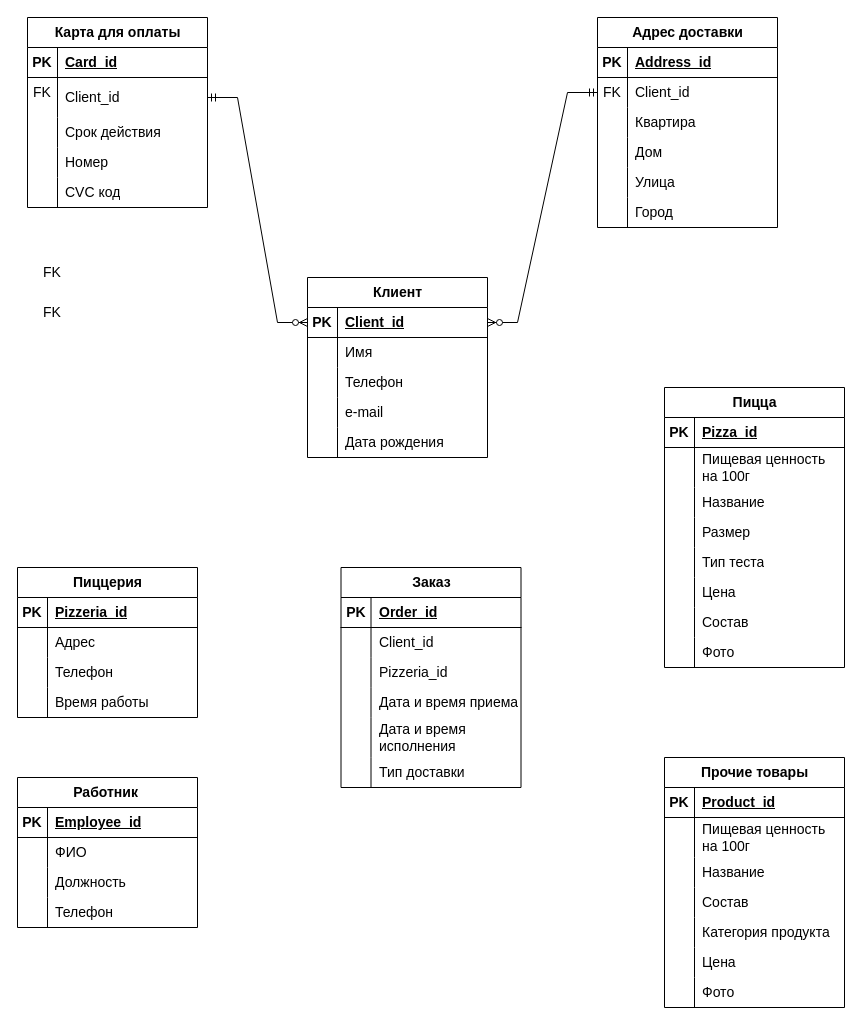
Earlier version of the draw.io diagram logic_dodo.drawio (iudinads/ER-diagrams). Source tidied: cells renumbered, new cells numbered last; positions are measured from the earlier drawing's top-left corner, leaving out a move shared by most shapes. Both pictures are drawn from the tidied source at 100%, with x=0, y=0 at pixel (17, 17).
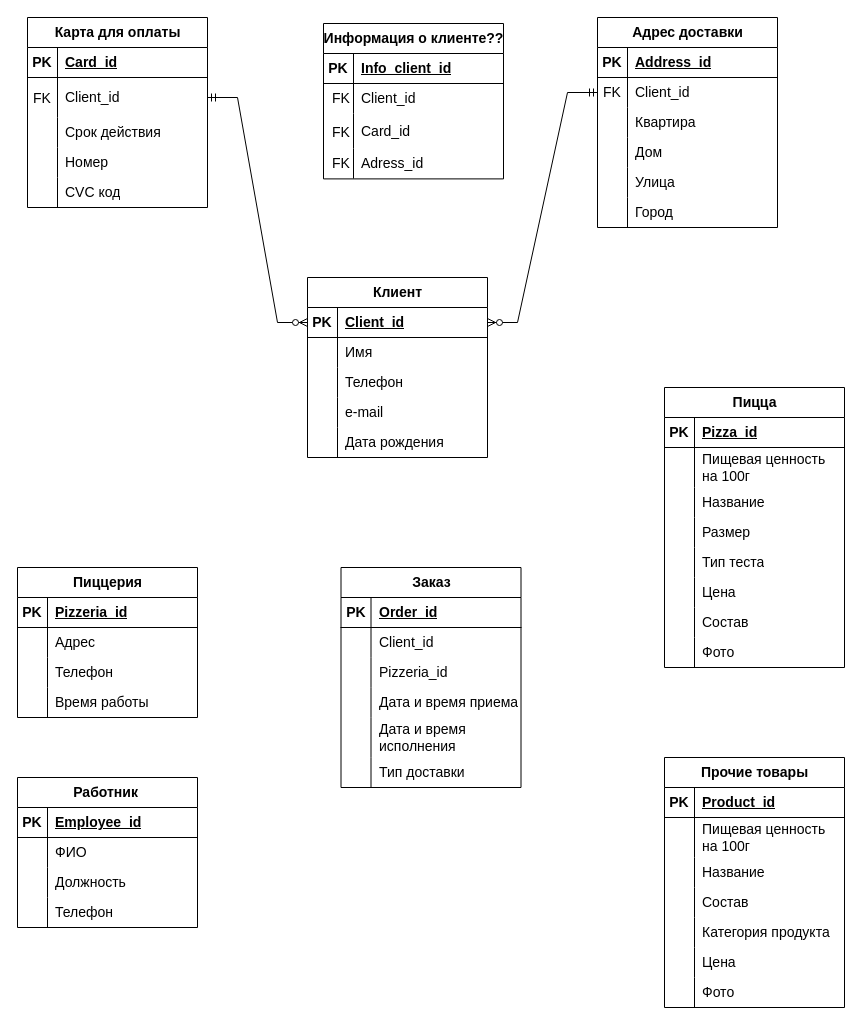
After the change.

What changed in the source:
```diff
@@
     <mxCell id="18" value="FK" style="text;strokeColor=none;align=center;fillColor=none;html=1;verticalAlign=middle;whiteSpace=wrap;rounded=0;fontSize=14;" parent="1" vertex="1">
-      <mxGeometry y="60" width="50" height="30" as="geometry" />
+      <mxGeometry y="66" width="50" height="30" as="geometry" />
     </mxCell>
@@
     <mxCell id="74" value="FK" style="text;strokeColor=none;align=center;fillColor=none;html=1;verticalAlign=middle;whiteSpace=wrap;rounded=0;fontSize=14;" parent="1" vertex="1">
-      <mxGeometry x="10" y="240" width="50" height="30" as="geometry" />
+      <mxGeometry x="299" y="66" width="50" height="30" as="geometry" />
     </mxCell>
     <mxCell id="75" value="FK" style="text;strokeColor=none;align=center;fillColor=none;html=1;verticalAlign=middle;whiteSpace=wrap;rounded=0;fontSize=14;" parent="1" vertex="1">
-      <mxGeometry x="10" y="280" width="50" height="30" as="geometry" />
+      <mxGeometry x="299" y="100" width="50" height="30" as="geometry" />
     </mxCell>
@@
+    <mxCell id="151" value="Информация о клиенте??" style="shape=table;startSize=30;childLayout=tableLayout;rowLines=0;fontStyle=1;align=center;html=1;fontSize=14;" parent="1" vertex="1">
+      <mxGeometry x="306" y="6" width="180" height="155.4" as="geometry" />
+    </mxCell>
+    <mxCell id="152" style="shape=tableRow;horizontal=0;startSize=0;swimlaneHead=0;swimlaneBody=0;fillColor=none;top=0;left=0;right=0;bottom=1;fontSize=14;" parent="151" vertex="1">
+      <mxGeometry y="30" width="180" height="30" as="geometry" />
+    </mxCell>
+    <mxCell id="153" value="PK" style="shape=partialRectangle;fillColor=none;top=0;left=0;bottom=0;right=0;fontStyle=1;overflow=hidden;whiteSpace=wrap;html=1;fontSize=14;" parent="152" vertex="1">
+      <mxGeometry width="30" height="30" as="geometry" />
+    </mxCell>
+    <mxCell id="154" value="Info_client_id" style="shape=partialRectangle;fillColor=none;top=0;left=0;bottom=0;right=0;align=left;spacingLeft=6;fontStyle=5;overflow=hidden;whiteSpace=wrap;html=1;fontSize=14;" parent="152" vertex="1">
+      <mxGeometry x="30" width="150" height="30" as="geometry" />
+    </mxCell>
+    <mxCell id="155" style="shape=tableRow;horizontal=0;startSize=0;swimlaneHead=0;swimlaneBody=0;fillColor=none;top=0;left=0;right=0;bottom=0;fontSize=14;" parent="151" vertex="1">
+      <mxGeometry y="60" width="180" height="30" as="geometry" />
+    </mxCell>
+    <mxCell id="156" style="shape=partialRectangle;fillColor=none;top=0;left=0;bottom=0;right=0;overflow=hidden;whiteSpace=wrap;html=1;fontSize=14;" parent="155" vertex="1">
+      <mxGeometry width="30" height="30" as="geometry" />
+    </mxCell>
+    <mxCell id="157" value="Client_id" style="shape=partialRectangle;fillColor=none;top=0;left=0;bottom=0;right=0;align=left;spacingLeft=6;overflow=hidden;whiteSpace=wrap;html=1;fontSize=14;" parent="155" vertex="1">
+      <mxGeometry x="30" width="150" height="30" as="geometry" />
+    </mxCell>
+    <mxCell id="158" style="shape=tableRow;horizontal=0;startSize=0;swimlaneHead=0;swimlaneBody=0;fillColor=none;top=0;left=0;right=0;bottom=0;fontSize=14;" parent="151" vertex="1">
+      <mxGeometry y="90" width="180" height="35" as="geometry" />
+    </mxCell>
+    <mxCell id="159" style="shape=partialRectangle;fillColor=none;top=0;left=0;bottom=0;right=0;overflow=hidden;whiteSpace=wrap;html=1;fontSize=14;" parent="158" vertex="1">
+      <mxGeometry width="30" height="35" as="geometry" />
+    </mxCell>
+    <mxCell id="160" value="Card_id" style="shape=partialRectangle;fillColor=none;top=0;left=0;bottom=0;right=0;align=left;spacingLeft=6;overflow=hidden;whiteSpace=wrap;html=1;fontSize=14;" parent="158" vertex="1">
+      <mxGeometry x="30" width="150" height="35" as="geometry" />
+    </mxCell>
+    <mxCell id="161" style="shape=tableRow;horizontal=0;startSize=0;swimlaneHead=0;swimlaneBody=0;fillColor=none;top=0;left=0;right=0;bottom=0;fontSize=14;" parent="151" vertex="1">
+      <mxGeometry y="125" width="180" height="30" as="geometry" />
+    </mxCell>
+    <mxCell id="162" style="shape=partialRectangle;fillColor=none;top=0;left=0;bottom=0;right=0;overflow=hidden;whiteSpace=wrap;html=1;fontSize=14;" parent="161" vertex="1">
+      <mxGeometry width="30" height="30" as="geometry" />
+    </mxCell>
+    <mxCell id="163" value="Adress_id" style="shape=partialRectangle;fillColor=none;top=0;left=0;bottom=0;right=0;align=left;spacingLeft=6;overflow=hidden;whiteSpace=wrap;html=1;fontSize=14;" parent="161" vertex="1">
+      <mxGeometry x="30" width="150" height="30" as="geometry" />
+    </mxCell>
+    <mxCell id="164" value="FK" style="text;strokeColor=none;align=center;fillColor=none;html=1;verticalAlign=middle;whiteSpace=wrap;rounded=0;fontSize=14;" parent="1" vertex="1">
+      <mxGeometry x="299" y="131.4" width="50" height="30" as="geometry" />
+    </mxCell>
```
